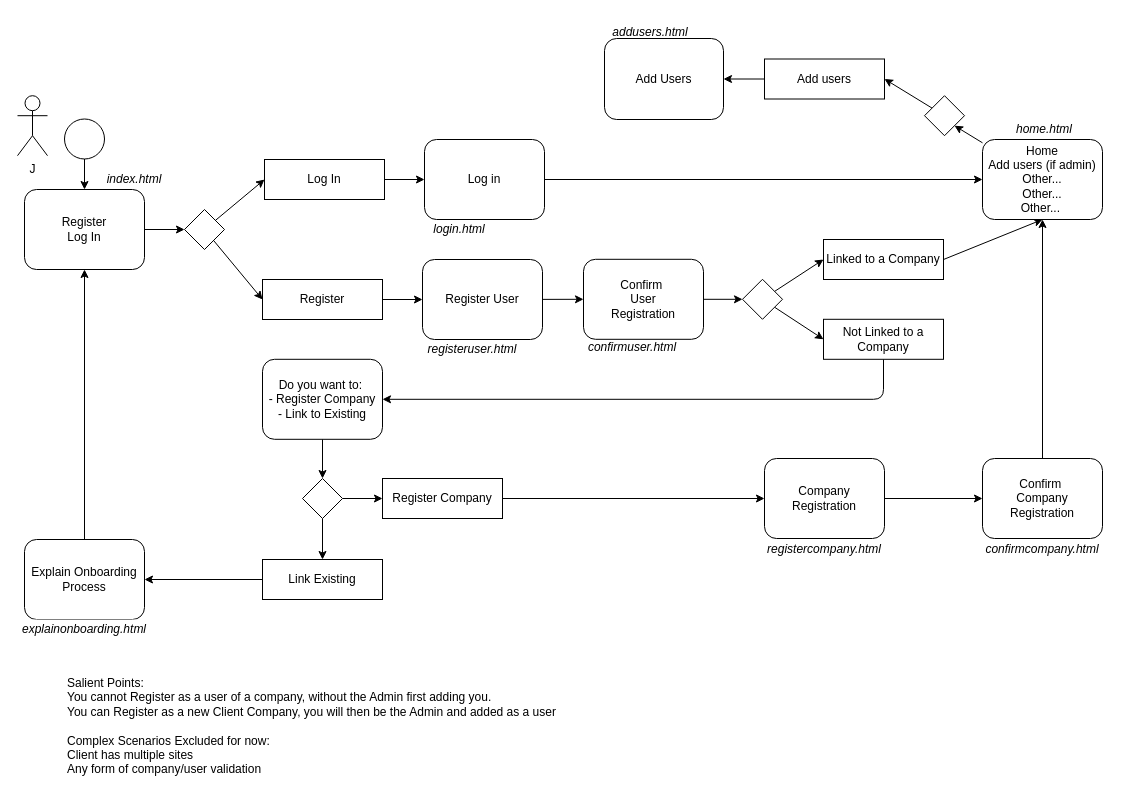
Above: page "flow" (2 of 2) of registerusecases.drawio in ThursdayNights/TechnicalService (draw.io), before the change. Source tidied: cells renumbered, new cells numbered last; positions are measured from the earlier drawing's top-left corner, leaving out a move shared by most shapes. Both pictures are drawn from the tidied source at 100%, with x=0, y=0 at pixel (17, 17).
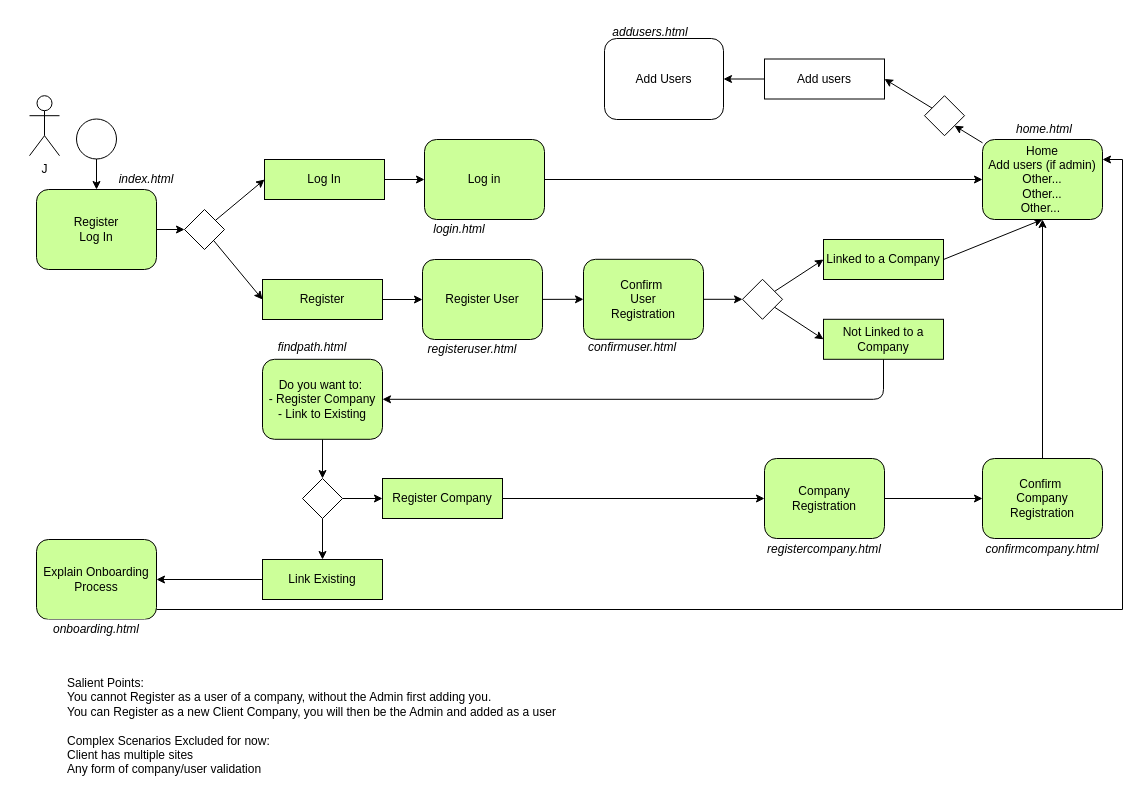
The same page after the edit.

Change to the diagram source:
```diff
@@
     <mxCell id="4" style="ellipse;whiteSpace=wrap;html=1;fillColor=#FFFFFF;" parent="1" vertex="1">
-      <mxGeometry x="47" y="101.5" width="40" height="40" as="geometry" />
+      <mxGeometry x="59" y="101.5" width="40" height="40" as="geometry" />
     </mxCell>
@@
-    <mxCell id="6" value="&lt;div style=&quot;border-color: var(--border-color);&quot;&gt;Register&lt;/div&gt;&lt;div style=&quot;border-color: var(--border-color);&quot;&gt;Log In&lt;/div&gt;" style="rounded=1;whiteSpace=wrap;html=1;fillColor=#FFFFFF;" parent="1" vertex="1">
-      <mxGeometry x="7" y="172" width="120" height="80" as="geometry" />
+    <mxCell id="6" value="&lt;div style=&quot;border-color: var(--border-color);&quot;&gt;Register&lt;/div&gt;&lt;div style=&quot;border-color: var(--border-color);&quot;&gt;Log In&lt;/div&gt;" style="rounded=1;whiteSpace=wrap;html=1;fillColor=#CCFF99;" parent="1" vertex="1">
+      <mxGeometry x="19" y="172" width="120" height="80" as="geometry" />
     </mxCell>
     <mxCell id="7" value="J" style="shape=umlActor;verticalLabelPosition=bottom;verticalAlign=top;html=1;fillColor=#FFFFFF;" parent="1" vertex="1">
-      <mxGeometry y="78.2" width="30" height="60" as="geometry" />
+      <mxGeometry x="12" y="78.2" width="30" height="60" as="geometry" />
     </mxCell>
     <mxCell id="8" value="&lt;i&gt;index.html&lt;/i&gt;" style="text;html=1;align=center;verticalAlign=middle;whiteSpace=wrap;rounded=0;fillColor=none;" parent="1" vertex="1">
-      <mxGeometry x="87" y="147" width="60" height="30" as="geometry" />
+      <mxGeometry x="99" y="147" width="60" height="30" as="geometry" />
     </mxCell>
@@
-    <mxCell id="13" value="Company Registration" style="rounded=1;whiteSpace=wrap;html=1;fillColor=#FFFFFF;" parent="1" vertex="1">
+    <mxCell id="13" value="Company Registration" style="rounded=1;whiteSpace=wrap;html=1;fillColor=#CCFF99;" parent="1" vertex="1">
       <mxGeometry x="747" y="441" width="120" height="80" as="geometry" />
     </mxCell>
@@
-    <mxCell id="16" value="Confirm&amp;nbsp;&lt;div&gt;Company&lt;br&gt;&lt;div&gt;Registration&lt;/div&gt;&lt;/div&gt;" style="rounded=1;whiteSpace=wrap;html=1;fillColor=#FFFFFF;" parent="1" vertex="1">
+    <mxCell id="16" value="Confirm&amp;nbsp;&lt;div&gt;Company&lt;br&gt;&lt;div&gt;Registration&lt;/div&gt;&lt;/div&gt;" style="rounded=1;whiteSpace=wrap;html=1;fillColor=#CCFF99;" parent="1" vertex="1">
       <mxGeometry x="965" y="441" width="120" height="80" as="geometry" />
     </mxCell>
@@
-    <mxCell id="18" style="edgeStyle=orthogonalEdgeStyle;html=1;fillColor=#FFFFFF;entryX=0.5;entryY=1;entryDx=0;entryDy=0;" parent="1" edge="1" source="19" target="6">
-      <mxGeometry relative="1" as="geometry" />
-    </mxCell>
+    <mxCell id="59" style="edgeStyle=orthogonalEdgeStyle;rounded=0;jettySize=auto;html=1;entryX=1;entryY=0.25;entryDx=0;entryDy=0;" parent="1" edge="1" source="19" target="50">
+      <mxGeometry relative="1" as="geometry">
+        <Array as="points">
+          <mxPoint x="1105" y="592" />
+          <mxPoint x="1105" y="142" />
+        </Array>
+      </mxGeometry>
+    </mxCell>
-    <mxCell id="19" value="Explain Onboarding Process" style="rounded=1;whiteSpace=wrap;html=1;fillColor=#FFFFFF;" parent="1" vertex="1">
-      <mxGeometry x="7" y="522" width="120" height="80" as="geometry" />
+    <mxCell id="19" value="Explain Onboarding Process" style="rounded=1;whiteSpace=wrap;html=1;fillColor=#CCFF99;" parent="1" vertex="1">
+      <mxGeometry x="19" y="522" width="120" height="80" as="geometry" />
     </mxCell>
@@
-    <mxCell id="21" value="Not Linked to a Company" style="rounded=0;whiteSpace=wrap;html=1;fillColor=#FFFFFF;" parent="1" vertex="1">
+    <mxCell id="21" value="Not Linked to a Company" style="rounded=0;whiteSpace=wrap;html=1;fillColor=#CCFF99;" parent="1" vertex="1">
       <mxGeometry x="806" y="301.8" width="120" height="40" as="geometry" />
     </mxCell>
@@
-    <mxCell id="23" value="Linked to a Company" style="rounded=0;whiteSpace=wrap;html=1;fillColor=#FFFFFF;" parent="1" vertex="1">
+    <mxCell id="23" value="Linked to a Company" style="rounded=0;whiteSpace=wrap;html=1;fillColor=#CCFF99;" parent="1" vertex="1">
       <mxGeometry x="806" y="222" width="120" height="40" as="geometry" />
     </mxCell>
-    <mxCell id="24" value="&lt;i&gt;explainonboarding.html&lt;/i&gt;" style="text;html=1;align=center;verticalAlign=middle;whiteSpace=wrap;rounded=0;fillColor=#FFFFFF;" parent="1" vertex="1">
-      <mxGeometry x="7" y="602" width="120" height="20" as="geometry" />
+    <mxCell id="24" value="&lt;i&gt;onboarding.html&lt;/i&gt;" style="text;html=1;align=center;verticalAlign=middle;whiteSpace=wrap;rounded=0;fillColor=#FFFFFF;" parent="1" vertex="1">
+      <mxGeometry x="19" y="602" width="120" height="20" as="geometry" />
     </mxCell>
@@
-    <mxCell id="26" value="Confirm&amp;nbsp;&lt;div&gt;User&lt;br&gt;&lt;div&gt;Registration&lt;/div&gt;&lt;/div&gt;" style="rounded=1;whiteSpace=wrap;html=1;fillColor=#FFFFFF;" parent="1" vertex="1">
+    <mxCell id="26" value="Confirm&amp;nbsp;&lt;div&gt;User&lt;br&gt;&lt;div&gt;Registration&lt;/div&gt;&lt;/div&gt;" style="rounded=1;whiteSpace=wrap;html=1;fillColor=#CCFF99;" parent="1" vertex="1">
       <mxGeometry x="566" y="241.8" width="120" height="80" as="geometry" />
     </mxCell>
@@
-    <mxCell id="31" value="Register" style="rounded=0;whiteSpace=wrap;html=1;fillColor=#FFFFFF;" parent="1" vertex="1">
+    <mxCell id="31" value="Register" style="rounded=0;whiteSpace=wrap;html=1;fillColor=#CCFF99;" parent="1" vertex="1">
       <mxGeometry x="245" y="262" width="120" height="40" as="geometry" />
     </mxCell>
@@
-    <mxCell id="33" value="Log In" style="rounded=0;whiteSpace=wrap;html=1;fillColor=#FFFFFF;" parent="1" vertex="1">
+    <mxCell id="33" value="Log In" style="rounded=0;whiteSpace=wrap;html=1;fillColor=#CCFF99;" parent="1" vertex="1">
       <mxGeometry x="247" y="142" width="120" height="40" as="geometry" />
     </mxCell>
@@
-    <mxCell id="35" value="&lt;div&gt;Do you want to:&amp;nbsp;&lt;br&gt;- Register Company&lt;br&gt;- Link to Existing&lt;/div&gt;" style="rounded=1;whiteSpace=wrap;html=1;fillColor=#FFFFFF;" parent="1" vertex="1">
+    <mxCell id="35" value="&lt;div&gt;Do you want to:&amp;nbsp;&lt;br&gt;- Register Company&lt;br&gt;- Link to Existing&lt;/div&gt;" style="rounded=1;whiteSpace=wrap;html=1;fillColor=#CCFF99;" parent="1" vertex="1">
       <mxGeometry x="245" y="341.8" width="120" height="80" as="geometry" />
     </mxCell>
@@
-    <mxCell id="40" value="Link Existing" style="rounded=0;whiteSpace=wrap;html=1;fillColor=#FFFFFF;" parent="1" vertex="1">
+    <mxCell id="40" value="Link Existing" style="rounded=0;whiteSpace=wrap;html=1;fillColor=#CCFF99;" parent="1" vertex="1">
       <mxGeometry x="245" y="542" width="120" height="40" as="geometry" />
     </mxCell>
@@
-    <mxCell id="42" value="Register Company" style="rounded=0;whiteSpace=wrap;html=1;fillColor=#FFFFFF;" parent="1" vertex="1">
+    <mxCell id="42" value="Register Company" style="rounded=0;whiteSpace=wrap;html=1;fillColor=#CCFF99;" parent="1" vertex="1">
       <mxGeometry x="365" y="461" width="120" height="40" as="geometry" />
     </mxCell>
@@
-    <mxCell id="50" value="Home&lt;div&gt;Add users (if admin)&lt;/div&gt;&lt;div&gt;Other...&lt;/div&gt;&lt;div&gt;&lt;span style=&quot;background-color: initial;&quot;&gt;Other...&lt;/span&gt;&lt;/div&gt;&lt;div&gt;&lt;span style=&quot;background-color: initial;&quot;&gt;Other...&lt;/span&gt;&amp;nbsp;&lt;/div&gt;" style="rounded=1;whiteSpace=wrap;html=1;fillColor=#FFFFFF;" parent="1" vertex="1">
+    <mxCell id="50" value="Home&lt;div&gt;Add users (if admin)&lt;/div&gt;&lt;div&gt;Other...&lt;/div&gt;&lt;div&gt;&lt;span style=&quot;background-color: initial;&quot;&gt;Other...&lt;/span&gt;&lt;/div&gt;&lt;div&gt;&lt;span style=&quot;background-color: initial;&quot;&gt;Other...&lt;/span&gt;&amp;nbsp;&lt;/div&gt;" style="rounded=1;whiteSpace=wrap;html=1;fillColor=#CCFF99;" parent="1" vertex="1">
       <mxGeometry x="965" y="122" width="120" height="80" as="geometry" />
     </mxCell>
@@
-    <mxCell id="53" value="Log in" style="rounded=1;whiteSpace=wrap;html=1;fillColor=#FFFFFF;" parent="1" vertex="1">
+    <mxCell id="53" value="Log in" style="rounded=1;whiteSpace=wrap;html=1;fillColor=#CCFF99;" parent="1" vertex="1">
       <mxGeometry x="407" y="122" width="120" height="80" as="geometry" />
     </mxCell>
@@
-    <mxCell id="55" value="Register User" style="rounded=1;whiteSpace=wrap;html=1;fillColor=#FFFFFF;" parent="1" vertex="1">
+    <mxCell id="55" value="Register User" style="rounded=1;whiteSpace=wrap;html=1;fillColor=#CCFF99;" parent="1" vertex="1">
       <mxGeometry x="405" y="242" width="120" height="80" as="geometry" />
     </mxCell>
@@
+    <mxCell id="60" value="&lt;i&gt;findpath.html&lt;/i&gt;" style="text;html=1;align=center;verticalAlign=middle;whiteSpace=wrap;rounded=0;fillColor=none;" parent="1" vertex="1">
+      <mxGeometry x="235" y="316.9" width="120" height="26.2" as="geometry" />
+    </mxCell>
```
